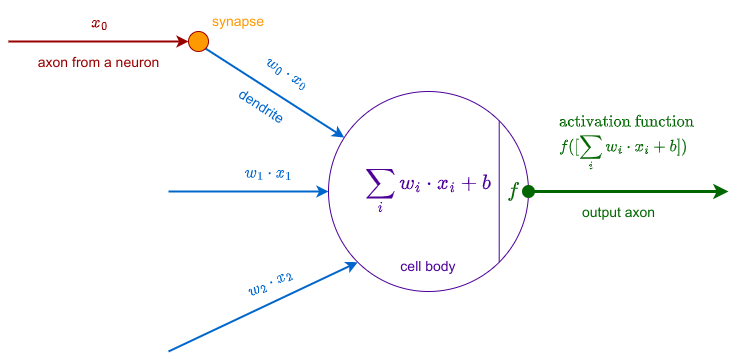
Above: diagrams/neuron_math_model.drawio.png in ryndovaira-org/data_science_lectures (draw.io), before the change. Source tidied: cells renumbered, new cells last; positions are measured from the earlier drawing's top-left corner, leaving out a move shared by most shapes. The source it was exported from:
```xml
<mxGraphModel math="1">
  <root>
    <mxCell id="0" />
    <mxCell id="1" parent="0" />
    <mxCell id="2" value="\[ \sum_{i} w_i \cdot x_i + b\]" style="ellipse;whiteSpace=wrap;html=1;fontSize=18;strokeColor=#4C0099;fontColor=#4C0099;fillColor=none;" parent="1" vertex="1">
      <mxGeometry x="320" y="80" width="200" height="200" as="geometry" />
    </mxCell>
    <mxCell id="3" value="&lt;font style=&quot;font-size: 14px;&quot;&gt;cell body&lt;/font&gt;" style="text;html=1;fillColor=none;align=center;verticalAlign=middle;whiteSpace=wrap;rounded=0;fontColor=#4C0099;fontSize=14;" parent="1" vertex="1">
      <mxGeometry x="390" y="240" width="60" height="30" as="geometry" />
    </mxCell>
    <mxCell id="4" style="endArrow=none;html=1;rounded=0;entryX=1;entryY=0;entryDx=0;entryDy=0;exitX=1;exitY=1;exitDx=0;exitDy=0;fontColor=#4C0099;strokeColor=#4C0099;" parent="1" edge="1" source="2" target="2">
      <mxGeometry relative="1" as="geometry" />
    </mxCell>
    <mxCell id="5" value="$$f$$" style="text;html=1;strokeColor=none;fillColor=none;align=center;verticalAlign=middle;whiteSpace=wrap;rounded=0;fontSize=18;fontColor=#006600;" parent="1" vertex="1">
      <mxGeometry x="500" y="160" width="10" height="40" as="geometry" />
    </mxCell>
    <mxCell id="6" style="edgeStyle=orthogonalEdgeStyle;rounded=0;orthogonalLoop=1;jettySize=auto;html=1;startArrow=oval;startFill=1;strokeColor=#006600;strokeWidth=3;sourcePerimeterSpacing=6;targetPerimeterSpacing=6;endSize=6;startSize=10;" parent="1" edge="1">
      <mxGeometry relative="1" as="geometry">
        <mxPoint x="520" y="180" as="sourcePoint" />
        <mxPoint x="720" y="180" as="targetPoint" />
      </mxGeometry>
    </mxCell>
    <mxCell id="7" value="output axon" style="edgeLabel;html=1;align=center;verticalAlign=middle;fontColor=#006600;fontSize=14;" parent="6" vertex="1">
      <mxGeometry x="-0.36" y="2" relative="1" as="geometry">
        <mxPoint x="25" y="22" as="offset" />
      </mxGeometry>
    </mxCell>
    <mxCell id="8" value="$$\begin{align*}&amp;amp;\text{activation function } \\ &amp;amp; f([\sum_i w_i \cdot x_i + b])\end{align*}$$" style="edgeLabel;html=1;align=center;verticalAlign=middle;labelBackgroundColor=none;fontSize=14;fontColor=#006600;" parent="6" vertex="1">
      <mxGeometry x="-0.36" y="-3" relative="1" as="geometry">
        <mxPoint x="36" y="-53" as="offset" />
      </mxGeometry>
    </mxCell>
    <mxCell id="9" style="endArrow=classic;html=1;rounded=0;startSize=11;startArrow=none;startFill=0;fontSize=14;strokeWidth=2;fontColor=#0066CC;strokeColor=#0066CC;exitX=1;exitY=1;exitDx=0;exitDy=0;" parent="1" edge="1" source="20" target="2">
      <mxGeometry relative="1" as="geometry" />
    </mxCell>
    <mxCell id="10" value="dendrite" style="edgeLabel;html=1;align=center;verticalAlign=middle;rotation=33;fontSize=14;fontColor=#0066CC;" parent="9" vertex="1">
      <mxGeometry x="-0.57" y="1" relative="1" as="geometry">
        <mxPoint x="26" y="39" as="offset" />
      </mxGeometry>
    </mxCell>
    <mxCell id="11" value="$$w_0 \cdot x_0$$" style="edgeLabel;html=1;align=center;verticalAlign=middle;labelBackgroundColor=none;fontSize=14;rotation=33;fontColor=#0066CC;" parent="9" vertex="1">
      <mxGeometry x="-0.29" y="-1" relative="1" as="geometry">
        <mxPoint x="33" y="-9" as="offset" />
      </mxGeometry>
    </mxCell>
    <mxCell id="12" style="endArrow=classic;html=1;rounded=0;entryX=0;entryY=0.5;entryDx=0;entryDy=0;fontSize=14;fontColor=#0066CC;strokeWidth=2;strokeColor=#0066CC;" parent="1" edge="1" target="2">
      <mxGeometry relative="1" as="geometry">
        <mxPoint x="160" y="180" as="sourcePoint" />
      </mxGeometry>
    </mxCell>
    <mxCell id="13" value="$$w_1 \cdot x_1$$" style="edgeLabel;html=1;align=center;verticalAlign=middle;labelBackgroundColor=none;fontSize=14;fontColor=#0066CC;" parent="12" vertex="1">
      <mxGeometry x="-0.18" relative="1" as="geometry">
        <mxPoint x="34" y="-20" as="offset" />
      </mxGeometry>
    </mxCell>
    <mxCell id="14" style="endArrow=classic;html=1;rounded=0;entryX=0;entryY=1;entryDx=0;entryDy=0;fontSize=14;fontColor=#0066CC;strokeWidth=2;strokeColor=#0066CC;" parent="1" edge="1" target="2">
      <mxGeometry relative="1" as="geometry">
        <mxPoint x="160" y="340" as="sourcePoint" />
      </mxGeometry>
    </mxCell>
    <mxCell id="15" value="$$w_2 \cdot x_2$$" style="edgeLabel;html=1;align=center;verticalAlign=middle;rotation=335;labelBackgroundColor=none;fontSize=14;fontColor=#0066CC;" parent="14" vertex="1">
      <mxGeometry x="0.27" relative="1" as="geometry">
        <mxPoint x="-20" y="-13" as="offset" />
      </mxGeometry>
    </mxCell>
    <mxCell id="16" style="endArrow=none;html=1;rounded=0;startArrow=oval;startFill=1;" parent="1" edge="1">
      <mxGeometry relative="1" as="geometry">
        <mxPoint x="200" y="70" as="sourcePoint" />
        <mxPoint x="200" y="70" as="targetPoint" />
      </mxGeometry>
    </mxCell>
    <mxCell id="17" style="endArrow=classic;html=1;rounded=0;fontColor=#990000;labelBackgroundColor=none;strokeColor=#990000;strokeWidth=2;entryX=0;entryY=0.5;entryDx=0;entryDy=0;" parent="1" edge="1" target="20">
      <mxGeometry relative="1" as="geometry">
        <mxPoint y="30" as="sourcePoint" />
      </mxGeometry>
    </mxCell>
    <mxCell id="18" value="axon from a neuron" style="edgeLabel;html=1;align=center;verticalAlign=middle;fontColor=#990000;fontSize=14;" parent="17" vertex="1">
      <mxGeometry x="0.61" y="-1" relative="1" as="geometry">
        <mxPoint x="-55" y="19" as="offset" />
      </mxGeometry>
    </mxCell>
    <mxCell id="19" value="$$x_0$$" style="edgeLabel;html=1;align=center;verticalAlign=middle;labelBackgroundColor=none;fontSize=14;fontColor=#990000;" parent="17" vertex="1">
      <mxGeometry x="-0.23" y="-1" relative="1" as="geometry">
        <mxPoint x="21" y="-21" as="offset" />
      </mxGeometry>
    </mxCell>
    <mxCell id="20" style="ellipse;whiteSpace=wrap;html=1;fillColor=#FF9900;strokeColor=#990000;" parent="1" vertex="1">
      <mxGeometry x="180" y="20" width="20" height="20" as="geometry" />
    </mxCell>
    <mxCell id="21" value="synapse" style="text;strokeColor=none;align=center;fillColor=none;html=1;verticalAlign=middle;whiteSpace=wrap;rounded=0;fontColor=#FF9900;fontSize=14;" parent="1" vertex="1">
      <mxGeometry x="200" width="60" height="20" as="geometry" />
    </mxCell>
  </root>
</mxGraphModel>
```
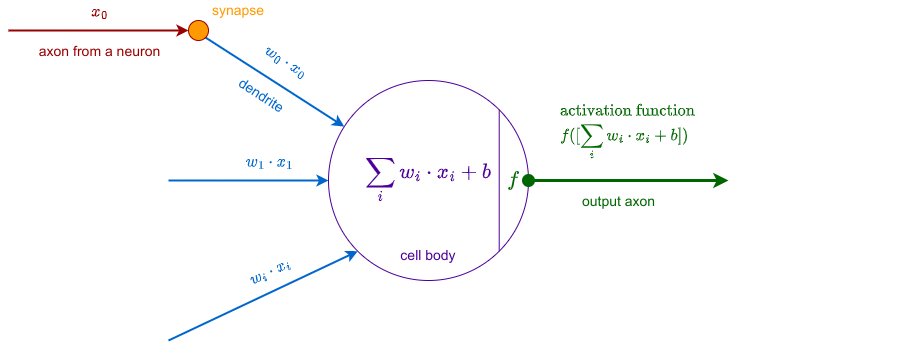
Later version of the same file.

Diff of the diagram source:
```diff
@@ -58,7 +58,7 @@
         <mxPoint x="160" y="340" as="sourcePoint" />
       </mxGeometry>
     </mxCell>
-    <mxCell id="15" value="$$w_2 \cdot x_2$$" style="edgeLabel;html=1;align=center;verticalAlign=middle;rotation=335;labelBackgroundColor=none;fontSize=14;fontColor=#0066CC;" parent="14" vertex="1">
+    <mxCell id="15" value="$$w_i \cdot x_i$$" style="edgeLabel;html=1;align=center;verticalAlign=middle;rotation=335;labelBackgroundColor=none;fontSize=14;fontColor=#0066CC;" parent="14" vertex="1">
       <mxGeometry x="0.27" relative="1" as="geometry">
         <mxPoint x="-20" y="-13" as="offset" />
       </mxGeometry>
```
